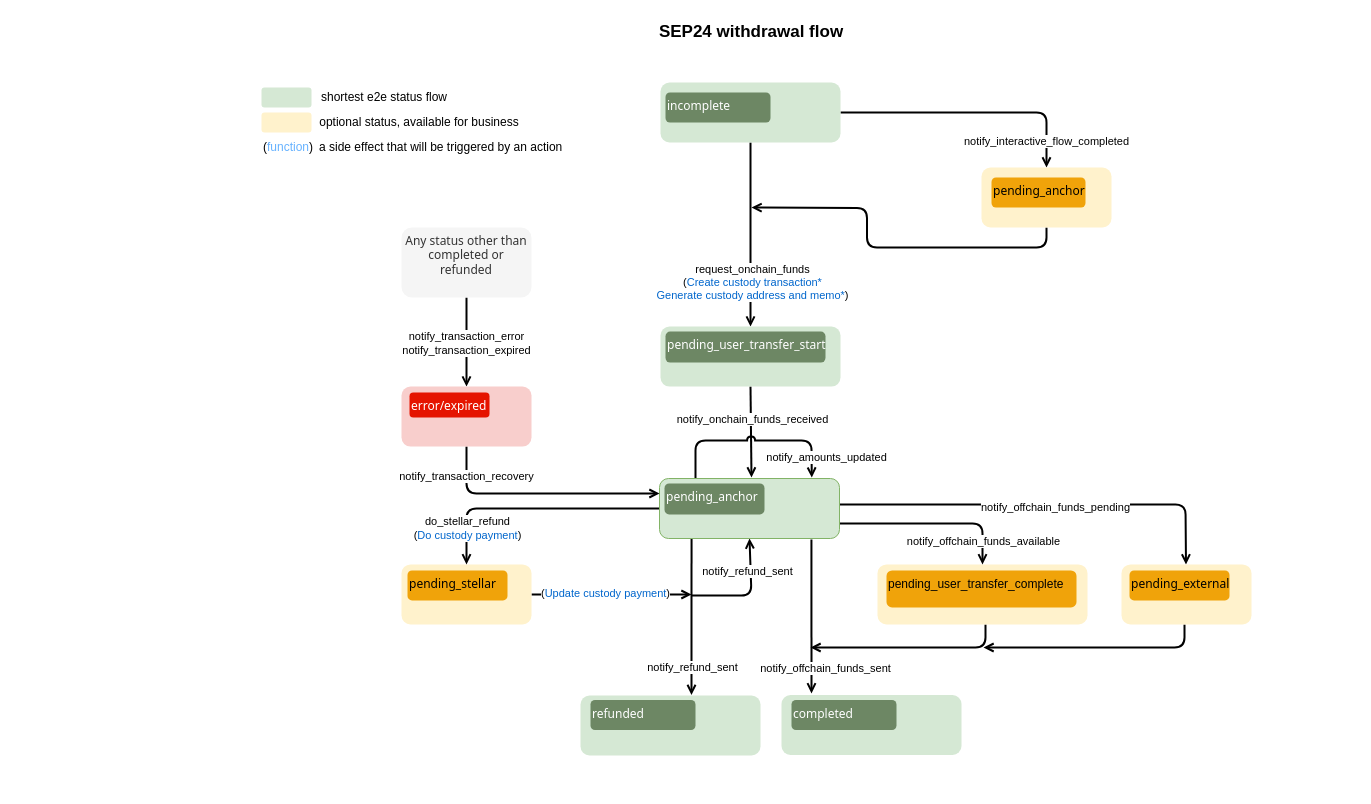
Above: page "Sep24 - withdrawal v.0.4" (2 of 5) of static/definitions/sep6_24_31_status_transition_diagrams.drawio in stellar/stellar-docs (draw.io), before the change. Source tidied: cells renumbered, new cells numbered last; positions are measured from the earlier drawing's top-left corner, leaving out a move shared by most shapes. Both pictures are drawn from the tidied source at 100%, with x=0, y=0 at pixel (17, 17).
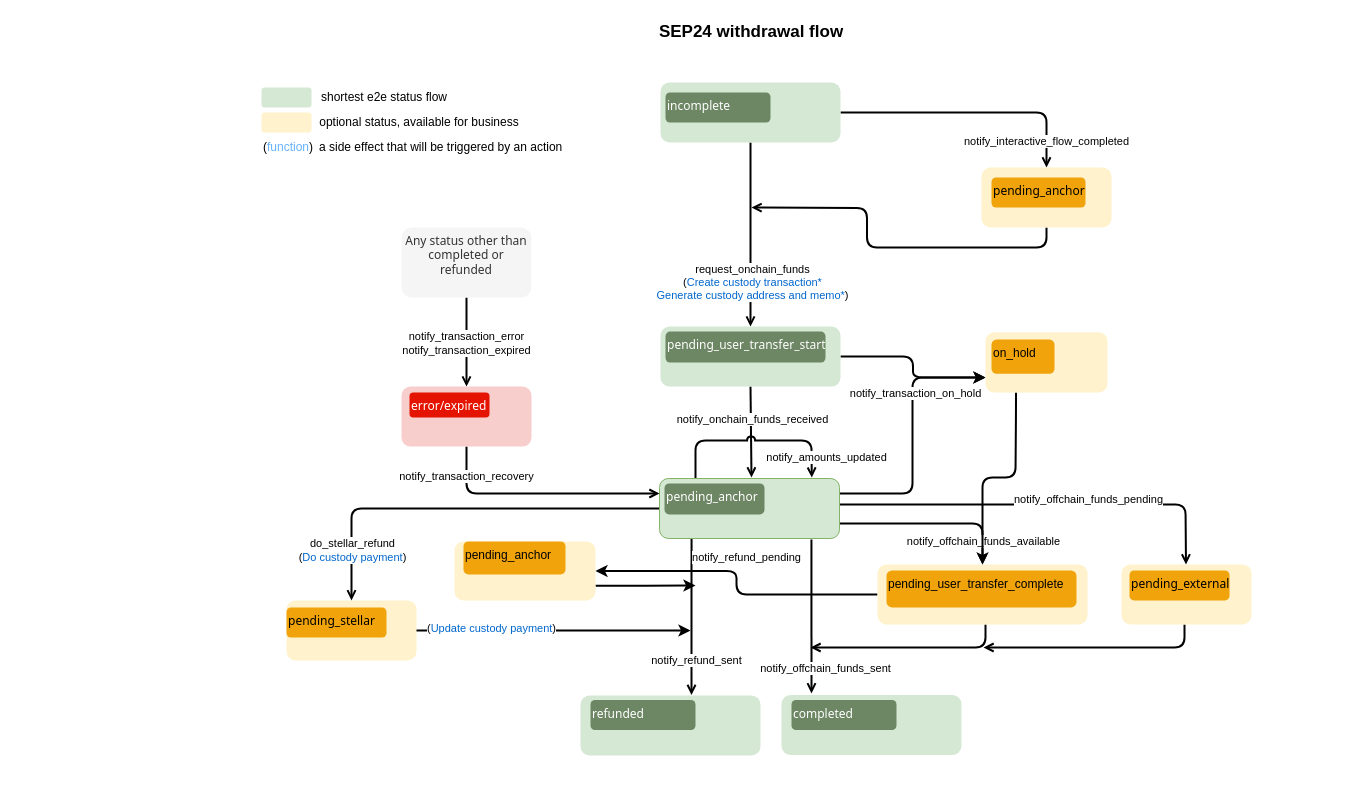
Above is the later version.

Commit message (it also covers changes not shown here):
ANCHOR-688: Update flow diagrams

Unchanged cells that the change refers to:
```xml
<mxCell id="7" style="endArrow=open;html=1;exitX=0.178;exitY=0.983;exitDx=0;exitDy=0;exitPerimeter=0;entryX=0.75;entryY=0;entryDx=0;entryDy=0;strokeWidth=2;rounded=1;endFill=0;" parent="1" edge="1" source="48">
  <mxGeometry relative="1" as="geometry">
    <mxPoint x="674" y="677.5" as="targetPoint" />
  </mxGeometry>
</mxCell>
<mxCell id="14" style="endArrow=open;html=1;rounded=1;exitX=1;exitY=0.25;exitDx=0;exitDy=0;entryX=0.5;entryY=0;entryDx=0;entryDy=0;strokeWidth=2;endFill=0;" parent="1" edge="1">
  <mxGeometry relative="1" as="geometry">
    <mxPoint x="788" y="487" as="sourcePoint" />
    <mxPoint x="1168.5" y="546.9" as="targetPoint" />
    <Array as="points">
      <mxPoint x="1168" y="487" />
    </Array>
  </mxGeometry>
</mxCell>
<mxCell id="26" style="rounded=1;whiteSpace=wrap;html=1;fillColor=#d5e8d4;strokeColor=none;" parent="1" vertex="1">
  <mxGeometry x="643" y="309.1" width="180" height="60" as="geometry" />
</mxCell>
<mxCell id="39" style="rounded=1;whiteSpace=wrap;html=1;fillColor=#fff2cc;strokeColor=none;" parent="1" vertex="1">
  <mxGeometry x="860" y="546.9" width="210" height="60" as="geometry" />
</mxCell>
<mxCell id="48" style="rounded=1;whiteSpace=wrap;html=1;fillColor=#d5e8d4;strokeColor=#82b366;" parent="1" vertex="1">
  <mxGeometry x="642" y="461" width="180" height="60" as="geometry" />
</mxCell>
```

The edit, as a diff of the source:
```diff
@@
     <mxCell id="8" value="notify_refund_sent" style="edgeLabel;html=1;align=center;verticalAlign=middle;" parent="7" vertex="1">
       <mxGeometry x="-0.56" relative="1" as="geometry">
-        <mxPoint y="95" as="offset" />
+        <mxPoint x="4" y="88" as="offset" />
       </mxGeometry>
     </mxCell>
@@
-    <mxCell id="10" style="endArrow=open;html=1;rounded=1;entryX=0.5;entryY=1;entryDx=0;entryDy=0;strokeWidth=2;endFill=0;" parent="1" edge="1" target="48">
-      <mxGeometry relative="1" as="geometry">
-        <mxPoint x="674" y="578" as="sourcePoint" />
-        <Array as="points">
-          <mxPoint x="734" y="578" />
-        </Array>
-      </mxGeometry>
-    </mxCell>
-    <mxCell id="11" value="notify_refund_sent" style="edgeLabel;html=1;align=center;verticalAlign=middle;" parent="1" vertex="1">
-      <mxGeometry x="743" y="559.9" as="geometry">
-        <mxPoint x="-14" y="-6" as="offset" />
-      </mxGeometry>
-    </mxCell>
@@
     <mxCell id="15" value="notify_offchain_funds_pending" style="edgeLabel;html=1;align=center;verticalAlign=middle;" parent="14" vertex="1">
       <mxGeometry x="-0.16" y="-2" relative="1" as="geometry">
-        <mxPoint x="64" as="offset" />
+        <mxPoint x="97" y="-8" as="offset" />
       </mxGeometry>
     </mxCell>
@@
+    <mxCell id="61" style="edgeStyle=orthogonalEdgeStyle;rounded=1;jettySize=auto;html=1;exitX=1;exitY=0.5;exitDx=0;exitDy=0;entryX=0;entryY=0.75;entryDx=0;entryDy=0;strokeWidth=2;curved=0;" parent="1" edge="1" source="26" target="71">
+      <mxGeometry relative="1" as="geometry" />
+    </mxCell>
@@
-    <mxCell id="31" style="edgeStyle=orthogonalEdgeStyle;rounded=1;jettySize=auto;html=1;exitX=1;exitY=0.5;exitDx=0;exitDy=0;strokeWidth=2;endArrow=open;endFill=0;" parent="1" edge="1" source="33">
-      <mxGeometry relative="1" as="geometry">
-        <mxPoint x="674" y="577" as="targetPoint" />
-      </mxGeometry>
-    </mxCell>
-    <mxCell id="32" value="(&lt;font style=&quot;border-color: var(--border-color);&quot; color=&quot;#0066cc&quot;&gt;Update&lt;/font&gt;&lt;font style=&quot;border-color: var(--border-color); color: rgb(0, 153, 227);&quot;&gt;&amp;nbsp;&lt;/font&gt;&lt;font style=&quot;border-color: var(--border-color);&quot; color=&quot;#0066cc&quot;&gt;custody payment&lt;/font&gt;)" style="edgeLabel;html=1;align=center;verticalAlign=middle;" parent="31" vertex="1">
-      <mxGeometry x="-0.09" y="1" relative="1" as="geometry" />
-    </mxCell>
     <mxCell id="33" style="rounded=1;whiteSpace=wrap;html=1;fillColor=#fff2cc;strokeColor=none;" parent="1" vertex="1">
-      <mxGeometry x="384" y="546.9" width="130" height="60" as="geometry" />
+      <mxGeometry x="269" y="582.9" width="130" height="60" as="geometry" />
     </mxCell>
     <mxCell id="34" value="&lt;font face=&quot;Tahoma&quot;&gt;pending_stellar&lt;/font&gt;" style="rounded=1;whiteSpace=wrap;html=1;align=left;verticalAlign=top;strokeColor=none;fillColor=#f0a30a;fontColor=#000000;" parent="1" vertex="1">
-      <mxGeometry x="390" y="552.9" width="100" height="30" as="geometry" />
+      <mxGeometry x="269" y="590" width="100" height="30" as="geometry" />
     </mxCell>
@@
+    <mxCell id="62" style="edgeStyle=orthogonalEdgeStyle;rounded=1;jettySize=auto;html=1;exitX=0;exitY=0.5;exitDx=0;exitDy=0;entryX=1;entryY=0.5;entryDx=0;entryDy=0;curved=0;strokeWidth=2;" parent="1" edge="1" source="39" target="68">
+      <mxGeometry relative="1" as="geometry" />
+    </mxCell>
+    <mxCell id="63" value="notify_refund_pending" style="edgeLabel;html=1;align=center;verticalAlign=middle;" parent="62" vertex="1">
+      <mxGeometry x="-0.12" y="-1" relative="1" as="geometry">
+        <mxPoint x="2" y="-36" as="offset" />
+      </mxGeometry>
+    </mxCell>
@@
+    <mxCell id="64" style="edgeStyle=orthogonalEdgeStyle;rounded=1;jettySize=auto;html=1;exitX=1;exitY=0.25;exitDx=0;exitDy=0;entryX=0;entryY=0.75;entryDx=0;entryDy=0;strokeWidth=2;curved=0;" parent="1" edge="1" source="48" target="71">
+      <mxGeometry relative="1" as="geometry" />
+    </mxCell>
+    <mxCell id="65" value="notify_transaction_on_hold" style="edgeLabel;html=1;align=center;verticalAlign=middle;" parent="64" vertex="1">
+      <mxGeometry x="0.08" y="-2" relative="1" as="geometry">
+        <mxPoint y="-33" as="offset" />
+      </mxGeometry>
+    </mxCell>
@@
+    <mxCell id="66" style="edgeStyle=orthogonalEdgeStyle;rounded=1;jettySize=auto;html=1;exitX=1;exitY=0.5;exitDx=0;exitDy=0;curved=0;strokeWidth=2;" parent="1" edge="1" source="33">
+      <mxGeometry relative="1" as="geometry">
+        <mxPoint x="673" y="613" as="targetPoint" />
+      </mxGeometry>
+    </mxCell>
+    <mxCell id="32" value="(&lt;font style=&quot;border-color: var(--border-color);&quot; color=&quot;#0066cc&quot;&gt;Update&lt;/font&gt;&lt;font style=&quot;border-color: var(--border-color); color: rgb(0, 153, 227);&quot;&gt;&amp;nbsp;&lt;/font&gt;&lt;font style=&quot;border-color: var(--border-color);&quot; color=&quot;#0066cc&quot;&gt;custody payment&lt;/font&gt;)" style="edgeLabel;html=1;align=center;verticalAlign=middle;" parent="66" vertex="1">
+      <mxGeometry x="-0.54" y="-3" relative="1" as="geometry">
+        <mxPoint x="11" y="-5" as="offset" />
+      </mxGeometry>
+    </mxCell>
+    <mxCell id="67" style="edgeStyle=orthogonalEdgeStyle;rounded=0;jettySize=auto;html=1;exitX=1;exitY=0.75;exitDx=0;exitDy=0;strokeWidth=2;" parent="1" edge="1" source="68">
+      <mxGeometry relative="1" as="geometry">
+        <mxPoint x="678" y="568" as="targetPoint" />
+      </mxGeometry>
+    </mxCell>
+    <mxCell id="68" style="rounded=1;whiteSpace=wrap;html=1;fillColor=#fff2cc;strokeColor=none;" parent="1" vertex="1">
+      <mxGeometry x="437" y="523.9" width="141" height="59" as="geometry" />
+    </mxCell>
+    <mxCell id="69" value="pending_anchor" style="rounded=1;whiteSpace=wrap;html=1;align=left;verticalAlign=top;strokeColor=none;fillColor=#f0a30a;fontColor=#000000;" parent="1" vertex="1">
+      <mxGeometry x="446" y="523.9" width="102" height="33" as="geometry" />
+    </mxCell>
+    <mxCell id="70" style="edgeStyle=orthogonalEdgeStyle;rounded=1;jettySize=auto;html=1;exitX=0.25;exitY=1;exitDx=0;exitDy=0;entryX=0.5;entryY=0;entryDx=0;entryDy=0;curved=0;strokeWidth=2;" parent="1" edge="1" source="71" target="39">
+      <mxGeometry relative="1" as="geometry">
+        <Array as="points">
+          <mxPoint x="999" y="390" />
+          <mxPoint x="998" y="460" />
+          <mxPoint x="965" y="460" />
+        </Array>
+      </mxGeometry>
+    </mxCell>
+    <mxCell id="71" style="rounded=1;whiteSpace=wrap;html=1;fillColor=#fff2cc;strokeColor=none;" parent="1" vertex="1">
+      <mxGeometry x="968" y="314.7" width="122" height="60.4" as="geometry" />
+    </mxCell>
+    <mxCell id="72" value="&lt;div&gt;on_hold&lt;/div&gt;" style="rounded=1;whiteSpace=wrap;html=1;align=left;verticalAlign=top;strokeColor=none;fillColor=#f0a30a;fontColor=#000000;" parent="1" vertex="1">
+      <mxGeometry x="974" y="321.9" width="63" height="34.4" as="geometry" />
+    </mxCell>
```
